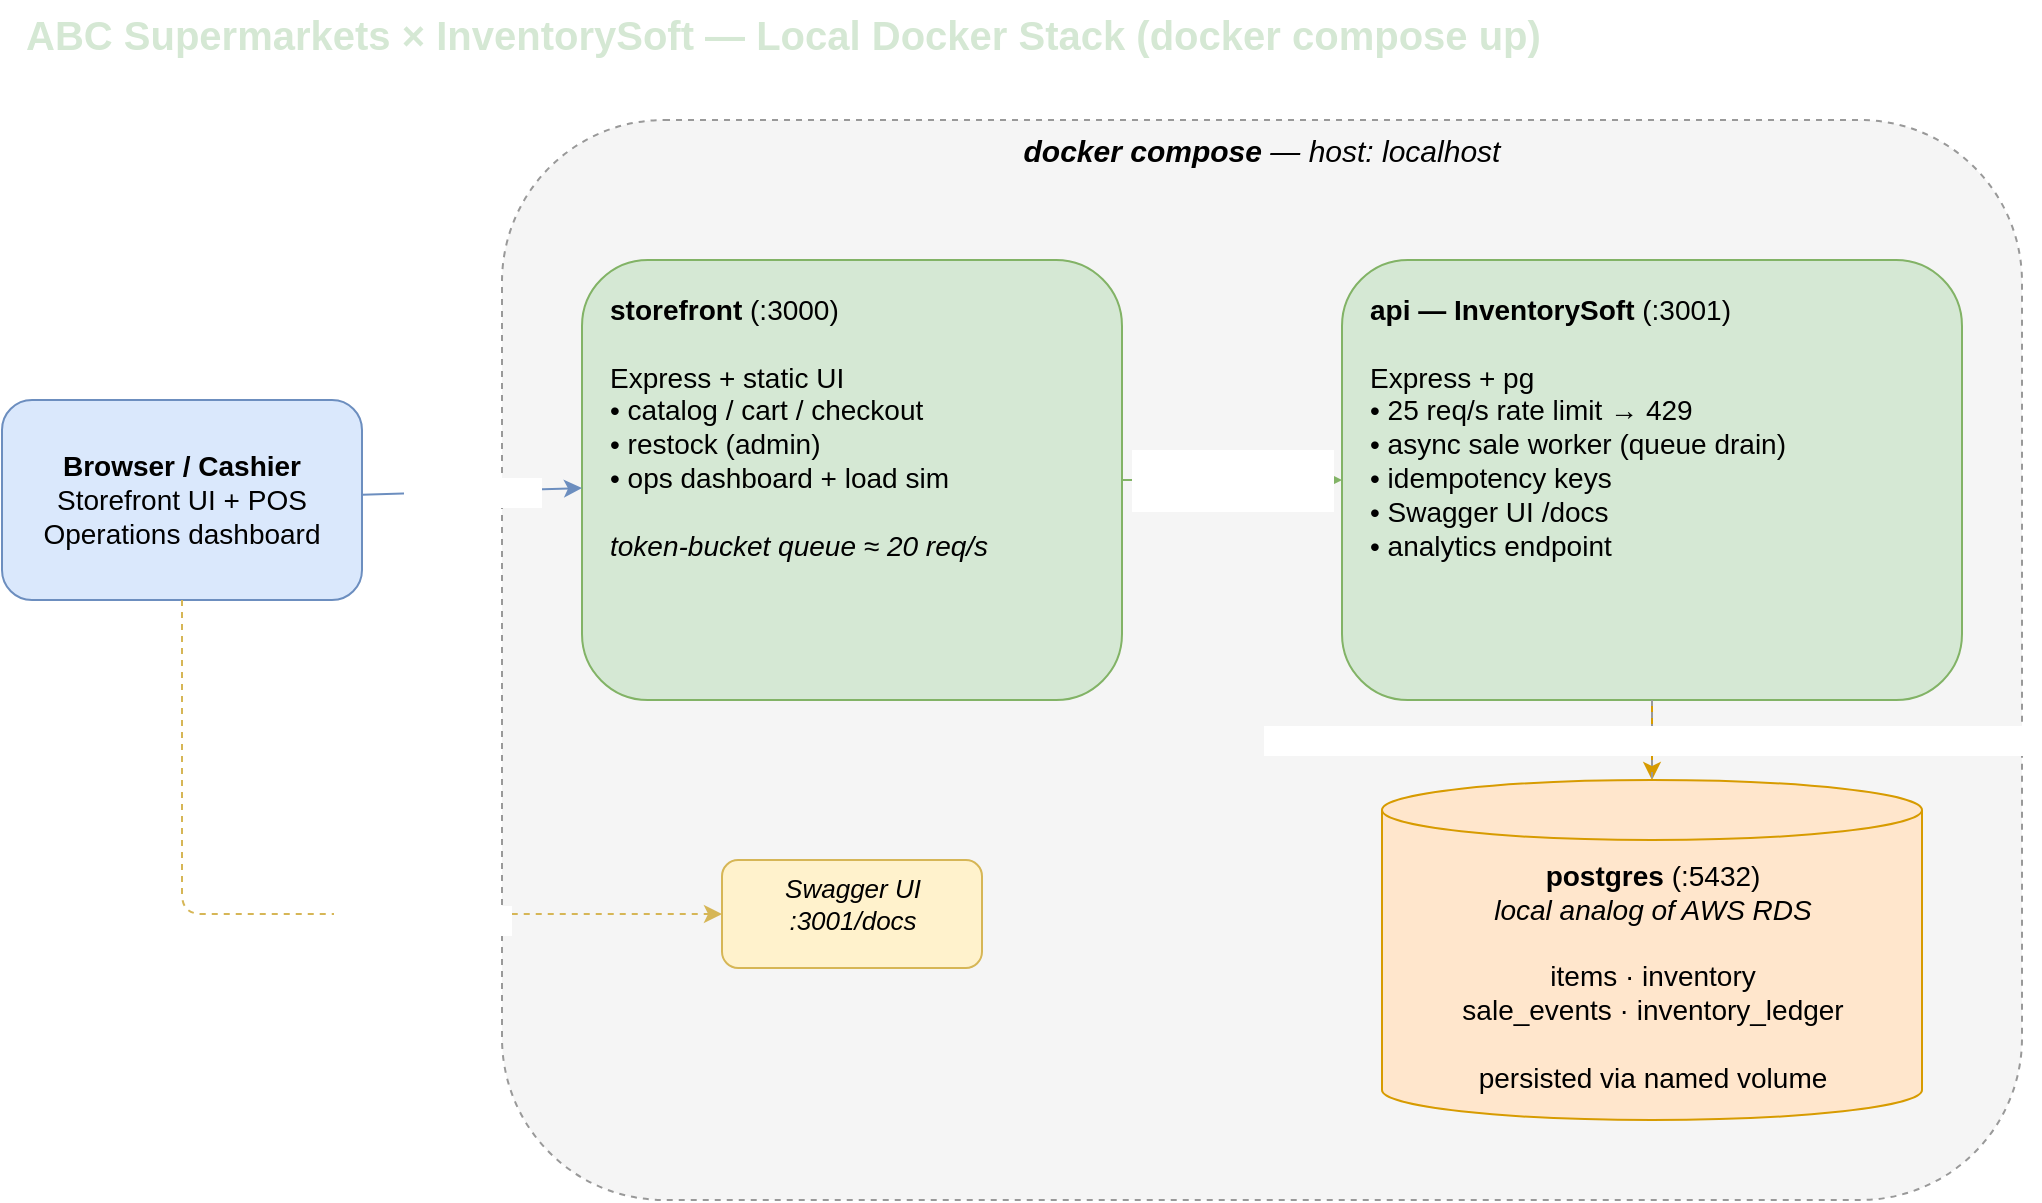
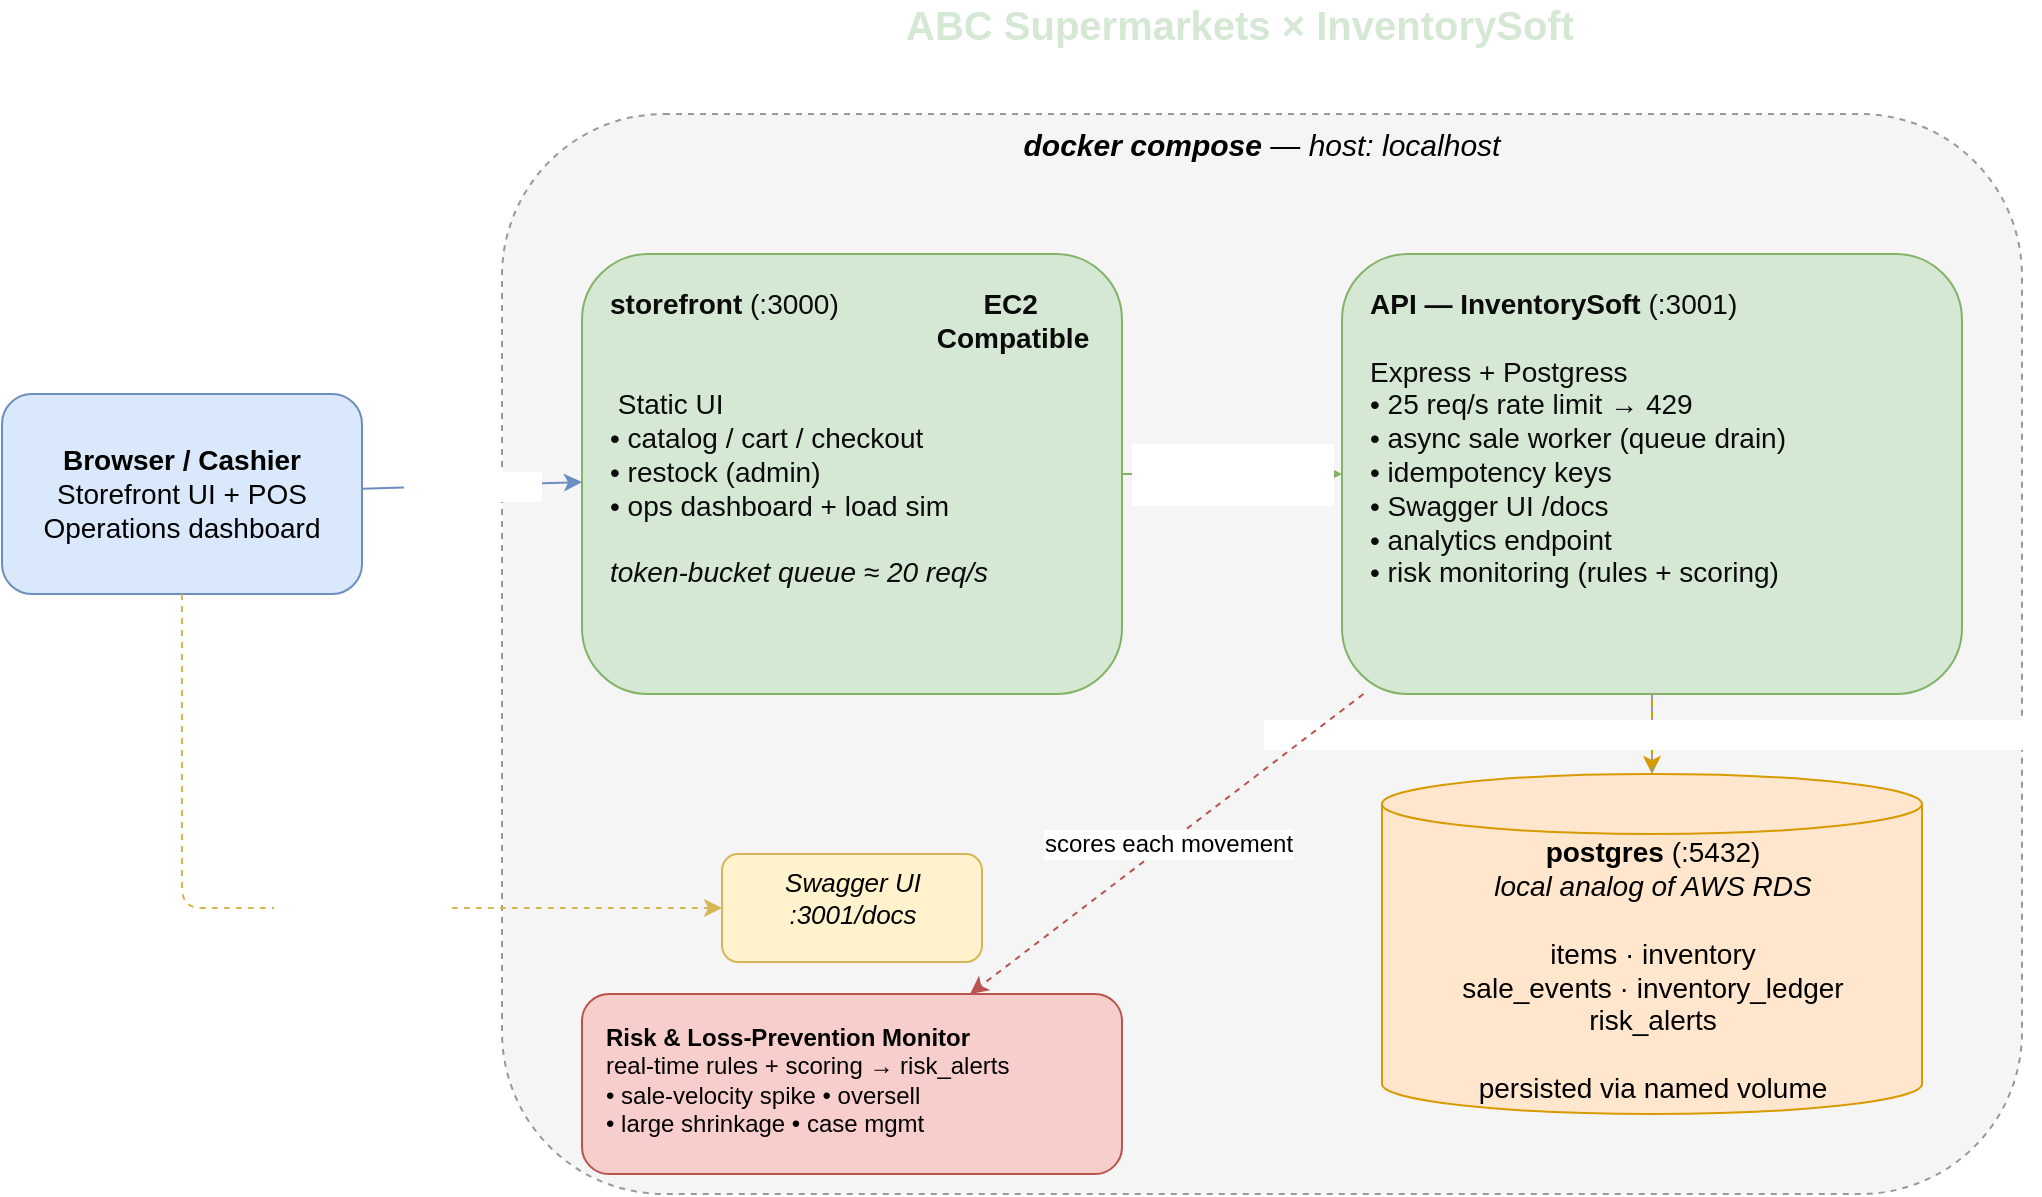
<mxfile host="Electron" agent="TRM SA Demo" pages="2">
  <diagram id="local-stack" name="Local Docker Stack">
-     <mxGraphModel dx="1164" dy="842" grid="1" gridSize="10" guides="1" tooltips="1" connect="1" arrows="1" fold="1" page="1" pageScale="1" pageWidth="1100" pageHeight="700" background="none" math="0" shadow="0">
+     <mxGraphModel dx="1956" dy="807" grid="1" gridSize="10" guides="1" tooltips="1" connect="1" arrows="1" fold="1" page="1" pageScale="1" pageWidth="1100" pageHeight="700" background="none" math="0" shadow="0">
      <root>
        <mxCell id="0" />
        <mxCell id="1" parent="0" />
-         <mxCell id="title" parent="1" style="text;html=1;fontSize=20;fontStyle=1;align=left;verticalAlign=middle;fontColor=#D5E8D4;" value="ABC Supermarkets × InventorySoft — Local Docker Stack (docker compose up)" vertex="1">
-           <mxGeometry height="34" width="940" x="40" y="20" as="geometry" />
+         <mxCell id="title" parent="1" style="text;html=1;fontSize=20;fontStyle=1;align=left;verticalAlign=middle;fontColor=#D5E8D4;" value="ABC Supermarkets × InventorySoft&amp;nbsp;&lt;div&gt;&lt;br&gt;&lt;/div&gt;" vertex="1">
+           <mxGeometry height="34" width="360" x="480" y="30" as="geometry" />
        </mxCell>
        <mxCell id="user" parent="1" style="rounded=1;whiteSpace=wrap;html=1;fillColor=#dae8fc;strokeColor=#6c8ebf;fontSize=14;fontColor=#000000;" value="&lt;b&gt;Browser / Cashier&lt;/b&gt;&lt;br&gt;Storefront UI + POS&lt;br&gt;Operations dashboard" vertex="1">
          <mxGeometry height="100" width="180" x="30" y="220" as="geometry" />
        </mxCell>
        <mxCell id="compose" parent="1" style="rounded=1;whiteSpace=wrap;html=1;fillColor=#f5f5f5;strokeColor=#999999;dashed=1;verticalAlign=top;fontSize=15;fontStyle=2;fontColor=#000000;" value="&lt;b&gt;docker compose&lt;/b&gt; — host: localhost" vertex="1">
          <mxGeometry height="540" width="760" x="280" y="80" as="geometry" />
        </mxCell>
-         <mxCell id="storefront" parent="1" style="rounded=1;whiteSpace=wrap;html=1;fillColor=#d5e8d4;strokeColor=#82b366;align=left;verticalAlign=top;spacingLeft=12;spacingTop=10;fontSize=14;fontColor=#000000;" value="&lt;b&gt;storefront&lt;/b&gt; (:3000)&lt;br&gt;&lt;br&gt;Express + static UI&lt;br&gt;• catalog / cart / checkout&lt;br&gt;• restock (admin)&lt;br&gt;• ops dashboard + load sim&lt;br&gt;&lt;br&gt;&lt;i&gt;token-bucket queue ≈ 20 req/s&lt;/i&gt;" vertex="1">
+         <mxCell id="storefront" parent="1" style="rounded=1;whiteSpace=wrap;html=1;fillColor=#d5e8d4;strokeColor=#82b366;align=left;verticalAlign=top;spacingLeft=12;spacingTop=10;fontSize=14;fontColor=#000000;" value="&lt;font style=&quot;color: rgb(11, 11, 11);&quot;&gt;&lt;b&gt;storefront&lt;/b&gt; (:3000)&amp;nbsp; &amp;nbsp; &amp;nbsp; &amp;nbsp; &amp;nbsp;&lt;span style=&quot;white-space: pre;&quot;&gt;&#x9;&lt;/span&gt;&lt;span style=&quot;white-space: pre;&quot;&gt;&#x9;&lt;/span&gt;&lt;b&gt;EC2 &lt;br&gt;&lt;span style=&quot;white-space: pre;&quot;&gt;&#x9;&lt;/span&gt;&lt;span style=&quot;white-space: pre;&quot;&gt;&#x9;&lt;/span&gt;&lt;span style=&quot;white-space: pre;&quot;&gt;&#x9;&lt;/span&gt;&lt;span style=&quot;white-space: pre;&quot;&gt;&#x9;&lt;span style=&quot;white-space: pre;&quot;&gt;&#x9;&lt;/span&gt; &lt;/span&gt;&amp;nbsp;Compatible&lt;br&gt;&lt;/b&gt;&lt;br&gt;&amp;nbsp;S&lt;span style=&quot;background-color: transparent;&quot;&gt;tatic UI&lt;/span&gt;&lt;/font&gt;&lt;div&gt;&lt;font style=&quot;color: rgb(11, 11, 11);&quot;&gt;• catalog / cart / checkout&lt;br&gt;• restock (admin)&lt;br&gt;• ops dashboard + load sim&lt;br&gt;&lt;br&gt;&lt;i&gt;token-bucket queue ≈ 20 req/s&lt;/i&gt;&lt;/font&gt;&lt;/div&gt;" vertex="1">
          <mxGeometry height="220" width="270" x="320" y="150" as="geometry" />
        </mxCell>
-         <mxCell id="api" parent="1" style="rounded=1;whiteSpace=wrap;html=1;fillColor=#d5e8d4;strokeColor=#82b366;align=left;verticalAlign=top;spacingLeft=12;spacingTop=10;fontSize=14;fontColor=#000000;" value="&lt;b&gt;api — InventorySoft&lt;/b&gt; (:3001)&lt;br&gt;&lt;br&gt;Express + pg&lt;br&gt;• 25 req/s rate limit → 429&lt;br&gt;• async sale worker (queue drain)&lt;br&gt;• idempotency keys&lt;br&gt;• Swagger UI /docs&lt;br&gt;• analytics endpoint" vertex="1">
+         <mxCell id="api" parent="1" style="rounded=1;whiteSpace=wrap;html=1;fillColor=#d5e8d4;strokeColor=#82b366;align=left;verticalAlign=top;spacingLeft=12;spacingTop=10;fontSize=14;fontColor=#000000;" value="&lt;font style=&quot;color: rgb(11, 11, 11);&quot;&gt;&lt;b&gt;API — InventorySoft&lt;/b&gt; (:3001)&lt;br&gt;&lt;br&gt;Express + Postgress&lt;br&gt;• 25 req/s rate limit → 429&lt;br&gt;• async sale worker (queue drain)&lt;br&gt;• idempotency keys&lt;br&gt;• Swagger UI /docs&lt;br&gt;• analytics endpoint&lt;br&gt;• risk monitoring (rules + scoring)&lt;/font&gt;" vertex="1">
          <mxGeometry height="220" width="310" x="700" y="150" as="geometry" />
        </mxCell>
-         <mxCell id="pg" parent="1" style="shape=cylinder3;boundedLbl=1;backgroundOutline=1;html=1;fillColor=#ffe6cc;strokeColor=#d79b00;align=center;verticalAlign=middle;fontSize=14;fontColor=#000000;" value="&lt;b&gt;postgres&lt;/b&gt; (:5432)&lt;br&gt;&lt;i&gt;local analog of AWS RDS&lt;/i&gt;&lt;br&gt;&lt;br&gt;items · inventory&lt;br&gt;sale_events · inventory_ledger&lt;br&gt;&lt;br&gt;persisted via named volume" vertex="1">
+         <mxCell id="pg" parent="1" style="shape=cylinder3;boundedLbl=1;backgroundOutline=1;html=1;fillColor=#ffe6cc;strokeColor=#d79b00;align=center;verticalAlign=middle;fontSize=14;fontColor=#000000;" value="&lt;b&gt;postgres&lt;/b&gt; (:5432)&lt;br&gt;&lt;i&gt;local analog of AWS RDS&lt;/i&gt;&lt;br&gt;&lt;br&gt;items · inventory&lt;br&gt;sale_events · inventory_ledger&lt;br&gt;risk_alerts&lt;br&gt;&lt;br&gt;persisted via named volume" vertex="1">
          <mxGeometry height="170" width="270" x="720" y="410" as="geometry" />
        </mxCell>
        <mxCell id="swaggernote" parent="1" style="text;html=1;align=center;fontSize=13;fontStyle=2;fillColor=#fff2cc;strokeColor=#d6b656;rounded=1;fontColor=#000000;" value="Swagger UI&lt;br&gt;:3001/docs" vertex="1">
          <mxGeometry height="54" width="130" x="390" y="450" as="geometry" />
        </mxCell>
        <mxCell id="e1" edge="1" parent="1" source="user" style="endArrow=classic;html=1;fontSize=13;fontColor=#FFFFFF;strokeColor=#6c8ebf;" target="storefront" value="HTTP :3000">
          <mxGeometry relative="1" x="0.0055" as="geometry">
            <mxPoint as="offset" />
          </mxGeometry>
        </mxCell>
        <mxCell id="e2" edge="1" parent="1" source="storefront" style="endArrow=classic;html=1;fontSize=13;fontColor=#FFFFFF;strokeColor=#82b366;" target="api" value="proxy + throttle&#xa;POST/GET :3001">
          <mxGeometry relative="1" as="geometry" />
        </mxCell>
        <mxCell id="e3" edge="1" parent="1" source="api" style="endArrow=classic;html=1;fontSize=13;fontColor=#000000;strokeColor=#d79b00;" target="pg" value="SQL :5432">
          <mxGeometry relative="1" as="geometry" />
        </mxCell>
        <mxCell id="e4" edge="1" parent="1" source="user" style="endArrow=classic;html=1;dashed=1;fontSize=13;fontColor=#FFFFFF;strokeColor=#d6b656;exitX=0.5;exitY=1;entryX=0;entryY=0.5;entryDx=0;entryDy=0;" target="swaggernote" value="Swagger / docs">
-           <mxGeometry relative="1" x="0.2974" y="-3" as="geometry">
+           <mxGeometry relative="1" x="0.1569" y="-3" as="geometry">
            <mxPoint as="offset" />
            <Array as="points">
              <mxPoint x="120" y="477" />
            </Array>
          </mxGeometry>
        </mxCell>
        <mxCell id="e5" edge="1" parent="1" source="api" style="endArrow=none;html=1;dashed=1;fontSize=12;fontColor=#FFFFFF;strokeColor=#999999;" target="pg" value="async: enqueue PENDING → worker decrements stock → COMPLETED">
          <mxGeometry relative="1" as="geometry">
            <mxPoint x="1010" y="350" as="sourcePoint" />
            <mxPoint x="1010" y="410" as="targetPoint" />
          </mxGeometry>
        </mxCell>
+         <mxCell id="riskmon" parent="1" style="rounded=1;whiteSpace=wrap;html=1;fillColor=#f8cecc;strokeColor=#b85450;align=left;verticalAlign=top;spacingLeft=10;spacingTop=8;fontSize=12;fontColor=#000000;" value="&lt;b&gt;Risk &amp; Loss-Prevention Monitor&lt;/b&gt;&lt;br&gt;real-time rules + scoring → risk_alerts&lt;br&gt;• sale-velocity spike  • oversell&lt;br&gt;• large shrinkage  • case mgmt" vertex="1">
+           <mxGeometry height="90" width="270" x="320" y="520" as="geometry" />
+         </mxCell>
+         <mxCell id="e6" edge="1" parent="1" source="api" style="endArrow=classic;html=1;dashed=1;fontSize=12;fontColor=#000000;strokeColor=#b85450;" target="riskmon" value="scores each movement">
+           <mxGeometry relative="1" as="geometry" />
+         </mxCell>
      </root>
    </mxGraphModel>
  </diagram>
  <diagram id="aws-target" name="AWS Target Architecture">
-     <mxGraphModel dx="1222" dy="884" grid="1" gridSize="10" guides="1" tooltips="1" connect="1" arrows="1" fold="1" page="1" pageScale="1" pageWidth="1200" pageHeight="760" math="0" shadow="0">
+     <mxGraphModel dx="2445" dy="1008" grid="1" gridSize="10" guides="1" tooltips="1" connect="1" arrows="1" fold="1" page="1" pageScale="1" pageWidth="1200" pageHeight="760" math="0" shadow="0">
      <root>
        <mxCell id="0" />
        <mxCell id="1" parent="0" />
-         <mxCell id="t2" parent="1" style="text;html=1;fontSize=20;fontStyle=1;align=left;fontColor=#000000;" value="Production Target on AWS — every local component maps 1:1 to a managed service" vertex="1">
-           <mxGeometry height="34" width="1040" x="40" y="20" as="geometry" />
+         <mxCell id="t2" parent="1" style="text;html=1;fontSize=20;fontStyle=1;align=left;fontColor=#000000;" value="&lt;font style=&quot;color: rgb(255, 255, 255);&quot;&gt;Production Target on AWS&lt;/font&gt;" vertex="1">
+           <mxGeometry height="34" width="270" x="480" y="10" as="geometry" />
        </mxCell>
        <mxCell id="users2" parent="1" style="rounded=1;whiteSpace=wrap;html=1;fillColor=#dae8fc;strokeColor=#6c8ebf;fontSize=14;fontColor=#000000;" value="&lt;b&gt;Shoppers / Staff&lt;/b&gt;" vertex="1">
          <mxGeometry height="64" width="150" x="40" y="120" as="geometry" />
        </mxCell>
        <mxCell id="ec2pos" parent="1" style="rounded=1;whiteSpace=wrap;html=1;fillColor=#ffe6cc;strokeColor=#d79b00;fontSize=14;fontColor=#000000;" value="&lt;b&gt;EC2&lt;/b&gt;&lt;br&gt;POS software&lt;br&gt;(registers)" vertex="1">
          <mxGeometry height="84" width="150" x="40" y="240" as="geometry" />
        </mxCell>
        <mxCell id="edge2" parent="1" style="rounded=1;whiteSpace=wrap;html=1;fillColor=#dae8fc;strokeColor=#6c8ebf;fontSize=14;fontColor=#000000;" value="&lt;b&gt;Route 53 + CloudFront&lt;/b&gt;&lt;br&gt;DNS + CDN / TLS" vertex="1">
          <mxGeometry height="74" width="180" x="250" y="120" as="geometry" />
        </mxCell>
        <mxCell id="apigw" parent="1" style="rounded=1;whiteSpace=wrap;html=1;fillColor=#f8cecc;strokeColor=#b85450;fontSize=14;fontColor=#000000;" value="&lt;b&gt;API Gateway&lt;/b&gt;&lt;br&gt;usage plan = 25 req/s&lt;br&gt;(enforces rate limit at edge)" vertex="1">
-           <mxGeometry height="84" width="180" x="250" y="240" as="geometry" />
+           <mxGeometry height="84" width="180" x="270" y="240" as="geometry" />
        </mxCell>
        <mxCell id="alb" parent="1" style="rounded=1;whiteSpace=wrap;html=1;fillColor=#dae8fc;strokeColor=#6c8ebf;fontSize=14;fontColor=#000000;" value="&lt;b&gt;ALB&lt;/b&gt;&lt;br&gt;Application Load Balancer" vertex="1">
          <mxGeometry height="64" width="170" x="490" y="120" as="geometry" />
        </mxCell>
        <mxCell id="ecsStore" parent="1" style="rounded=1;whiteSpace=wrap;html=1;fillColor=#d5e8d4;strokeColor=#82b366;fontSize=14;fontColor=#000000;" value="&lt;b&gt;ECS Fargate&lt;/b&gt;&lt;br&gt;Storefront (stateless)&lt;br&gt;auto-scaled" vertex="1">
          <mxGeometry height="84" width="190" x="720" y="110" as="geometry" />
        </mxCell>
        <mxCell id="ecsApi" parent="1" style="rounded=1;whiteSpace=wrap;html=1;fillColor=#d5e8d4;strokeColor=#82b366;fontSize=14;fontColor=#000000;" value="&lt;b&gt;ECS Fargate&lt;/b&gt;&lt;br&gt;InventorySoft API&lt;br&gt;(stateless, scaled behind ALB)" vertex="1">
-           <mxGeometry height="84" width="190" x="490" y="240" as="geometry" />
+           <mxGeometry height="84" width="190" x="500" y="240" as="geometry" />
        </mxCell>
        <mxCell id="sqs" parent="1" style="shape=mxgraph.aws4.queue;html=1;fillColor=#f8cecc;strokeColor=#b85450;whiteSpace=wrap;verticalAlign=middle;align=center;fontSize=14;fontColor=#0B0B0B;labelBackgroundColor=#FFFFFF;" value="&lt;font style=&quot;&quot;&gt;&lt;b&gt;SQS&lt;/b&gt;&lt;br&gt;sale-events queue&lt;br&gt;(durable buffer for &amp;gt;25 rps spikes)&lt;/font&gt;" vertex="1">
          <mxGeometry height="84" width="200" x="740" y="240" as="geometry" />
        </mxCell>
        <mxCell id="lambda" parent="1" style="rounded=1;whiteSpace=wrap;html=1;fillColor=#ffe6cc;strokeColor=#d79b00;fontSize=14;fontColor=#000000;" value="&lt;b&gt;Lambda&lt;/b&gt;&lt;br&gt;async sale worker&lt;br&gt;(decrement + ledger write)" vertex="1">
          <mxGeometry height="84" width="190" x="720" y="380" as="geometry" />
        </mxCell>
-         <mxCell id="rds" parent="1" style="shape=cylinder3;boundedLbl=1;backgroundOutline=1;html=1;fillColor=#ffe6cc;strokeColor=#d79b00;verticalAlign=middle;align=center;fontSize=14;fontColor=#000000;" value="&lt;b&gt;RDS (PostgreSQL)&lt;/b&gt;&lt;br&gt;items · inventory&lt;br&gt;sale_events · inventory_ledger&lt;br&gt;Multi-AZ" vertex="1">
-           <mxGeometry height="124" width="190" x="490" y="400" as="geometry" />
+         <mxCell id="rds" parent="1" style="shape=cylinder3;boundedLbl=1;backgroundOutline=1;html=1;fillColor=#ffe6cc;strokeColor=#d79b00;verticalAlign=middle;align=center;fontSize=14;fontColor=#000000;" value="&lt;b&gt;RDS (PostgreSQL)&lt;/b&gt;&lt;br&gt;items · inventory&lt;br&gt;sale_events · inventory_ledger&lt;br&gt;risk_alerts&lt;br&gt;Multi-AZ" vertex="1">
+           <mxGeometry height="124" width="190" x="290" y="520" as="geometry" />
        </mxCell>
        <mxCell id="s3" parent="1" style="shape=mxgraph.aws4.bucket;html=1;fillColor=#d5e8d4;strokeColor=#82b366;whiteSpace=wrap;verticalAlign=middle;align=center;fontSize=14;fontColor=#000000;" value="&lt;font style=&quot;background-color: rgb(213, 232, 212); color: rgb(11, 11, 11);&quot;&gt;&lt;b style=&quot;&quot;&gt;S3&lt;/b&gt;&lt;br&gt;product images&lt;br&gt;day-end archive / Glacier&lt;/font&gt;" vertex="1">
          <mxGeometry height="94" width="170" x="980" y="105" as="geometry" />
        </mxCell>
        <mxCell id="secrets" parent="1" style="rounded=1;whiteSpace=wrap;html=1;fillColor=#e1d5e7;strokeColor=#9673a6;fontSize=14;fontColor=#000000;" value="&lt;b&gt;Secrets Manager / SSM&lt;/b&gt;&lt;br&gt;DB credentials, config" vertex="1">
          <mxGeometry height="74" width="170" x="980" y="240" as="geometry" />
        </mxCell>
        <mxCell id="observe" parent="1" style="rounded=1;whiteSpace=wrap;html=1;fillColor=#e1d5e7;strokeColor=#9673a6;fontSize=14;fontColor=#000000;" value="&lt;b&gt;CloudWatch / QuickSight&lt;/b&gt;&lt;br&gt;inventory-over-the-day&lt;br&gt;dashboards &amp;amp; alarms" vertex="1">
          <mxGeometry height="94" width="170" x="980" y="380" as="geometry" />
        </mxCell>
        <mxCell id="a1" edge="1" parent="1" source="users2" style="endArrow=classic;html=1;fontColor=#000000;" target="edge2">
          <mxGeometry relative="1" as="geometry" />
        </mxCell>
        <mxCell id="a2" edge="1" parent="1" source="ec2pos" style="endArrow=classic;html=1;fontSize=12;fontColor=#E1D5E7;" target="apigw" value="checkout / sale">
          <mxGeometry relative="1" as="geometry">
            <mxPoint as="offset" />
          </mxGeometry>
        </mxCell>
        <mxCell id="a3" edge="1" parent="1" source="edge2" style="endArrow=classic;html=1;fontColor=#000000;" target="alb">
          <mxGeometry relative="1" as="geometry" />
        </mxCell>
        <mxCell id="a4" edge="1" parent="1" source="alb" style="endArrow=classic;html=1;fontColor=#000000;" target="ecsStore">
          <mxGeometry relative="1" as="geometry" />
        </mxCell>
        <mxCell id="a5" edge="1" parent="1" source="apigw" style="endArrow=classic;html=1;fontSize=12;fontColor=#E1D5E7;" target="ecsApi" value="POST /item (sale)">
-           <mxGeometry relative="1" as="geometry">
+           <mxGeometry relative="1" x="0.6" as="geometry">
            <mxPoint as="offset" />
          </mxGeometry>
        </mxCell>
        <mxCell id="a6" edge="1" parent="1" source="ecsApi" style="endArrow=classic;html=1;fontSize=12;fontColor=#FFFFFF;" target="sqs" value="enqueue">
-           <mxGeometry relative="1" as="geometry" />
+           <mxGeometry relative="1" x="-0.2523" as="geometry">
+             <mxPoint as="offset" />
+           </mxGeometry>
        </mxCell>
        <mxCell id="a7" edge="1" parent="1" source="sqs" style="endArrow=classic;html=1;fontSize=12;fontColor=#FFFFFF;" target="lambda" value="trigger">
          <mxGeometry relative="1" x="-0.0156" as="geometry">
            <mxPoint as="offset" />
          </mxGeometry>
        </mxCell>
        <mxCell id="a8" edge="1" parent="1" source="ecsApi" style="endArrow=classic;html=1;fontSize=12;fontColor=#FFFFFF;" target="rds" value="read/write">
          <mxGeometry relative="1" as="geometry" />
        </mxCell>
        <mxCell id="a9" edge="1" parent="1" source="lambda" style="endArrow=classic;html=1;fontSize=12;fontColor=#FFFFFF;" target="rds" value="decrement + ledger">
          <mxGeometry relative="1" x="-0.0161" as="geometry">
            <mxPoint as="offset" />
          </mxGeometry>
        </mxCell>
        <mxCell id="a10" edge="1" parent="1" source="ecsStore" style="endArrow=classic;html=1;dashed=1;fontSize=12;fontColor=#FFFFFF;" target="s3" value="images">
          <mxGeometry relative="1" as="geometry" />
        </mxCell>
        <mxCell id="a11" edge="1" parent="1" style="endArrow=classic;html=1;dashed=1;fontColor=#000000;">
          <mxGeometry relative="1" as="geometry">
            <mxPoint x="670" y="278.56041666666675" as="sourcePoint" />
            <mxPoint x="970" y="275.43541666666675" as="targetPoint" />
          </mxGeometry>
        </mxCell>
        <mxCell id="a12" edge="1" parent="1" source="rds" style="endArrow=classic;html=1;dashed=1;fontSize=12;fontColor=#FFFFFF;" target="observe" value="metrics / ledger">
          <mxGeometry relative="1" x="-0.111" y="-15" as="geometry">
            <mxPoint as="offset" />
          </mxGeometry>
        </mxCell>
+         <mxCell id="risklambda" parent="1" style="rounded=1;whiteSpace=wrap;html=1;fillColor=#ffe6cc;strokeColor=#d79b00;fontSize=14;fontColor=#000000;" value="&lt;b&gt;Lambda — risk scoring&lt;/b&gt;&lt;br&gt;rules + anomaly score&lt;br&gt;→ EventBridge / SNS alerts" vertex="1">
+           <mxGeometry height="90" width="210" x="730" y="520" as="geometry" />
+         </mxCell>
+         <mxCell id="a13" edge="1" parent="1" source="sqs" style="endArrow=classic;html=1;dashed=1;fontSize=12;fontColor=#FFFFFF;strokeColor=#b85450;" target="risklambda" value="risk stream">
+           <mxGeometry relative="1" as="geometry" />
+         </mxCell>
+         <mxCell id="a14" edge="1" parent="1" source="risklambda" style="endArrow=classic;html=1;dashed=1;fontSize=12;fontColor=#FFFFFF;strokeColor=#b85450;" target="rds" value="write alerts">
+           <mxGeometry relative="1" as="geometry" />
+         </mxCell>
      </root>
    </mxGraphModel>
  </diagram>
</mxfile>
